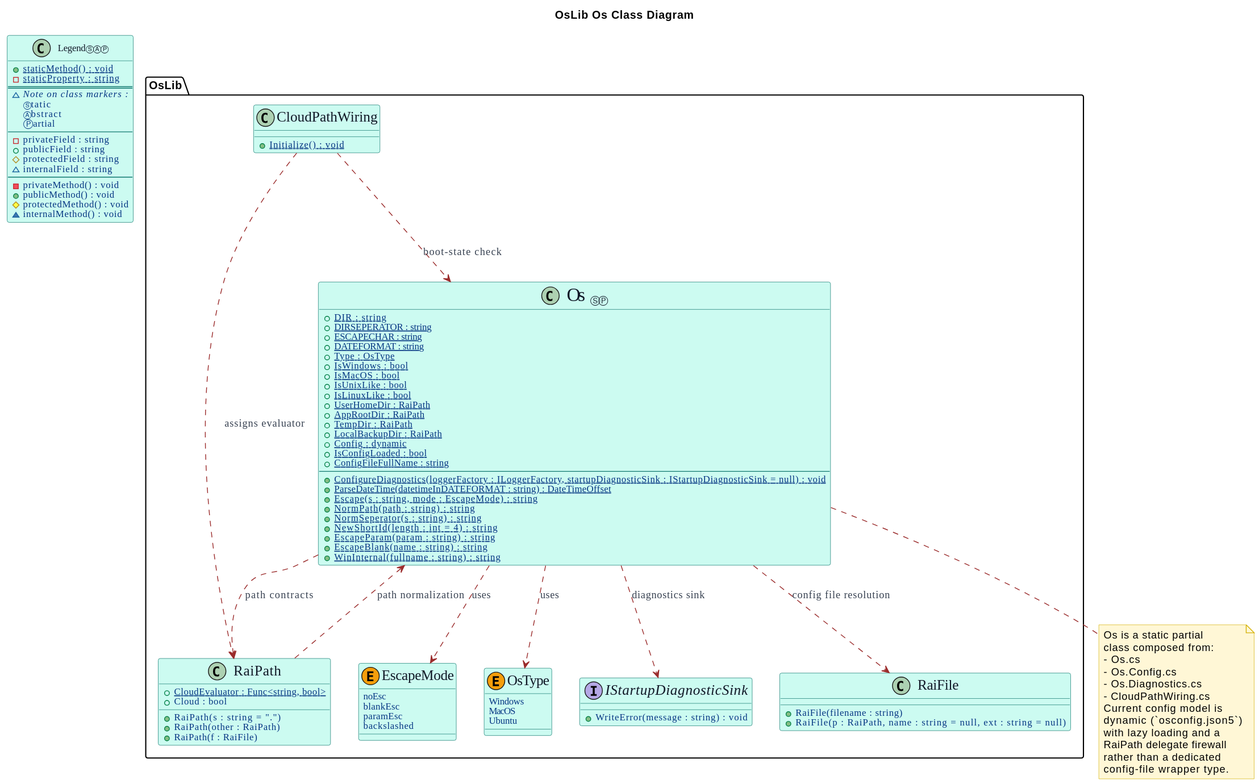
Before: Os-ClassDiagram.svg, a diagram exported from PlantUML (Burkhardt/OsLib).
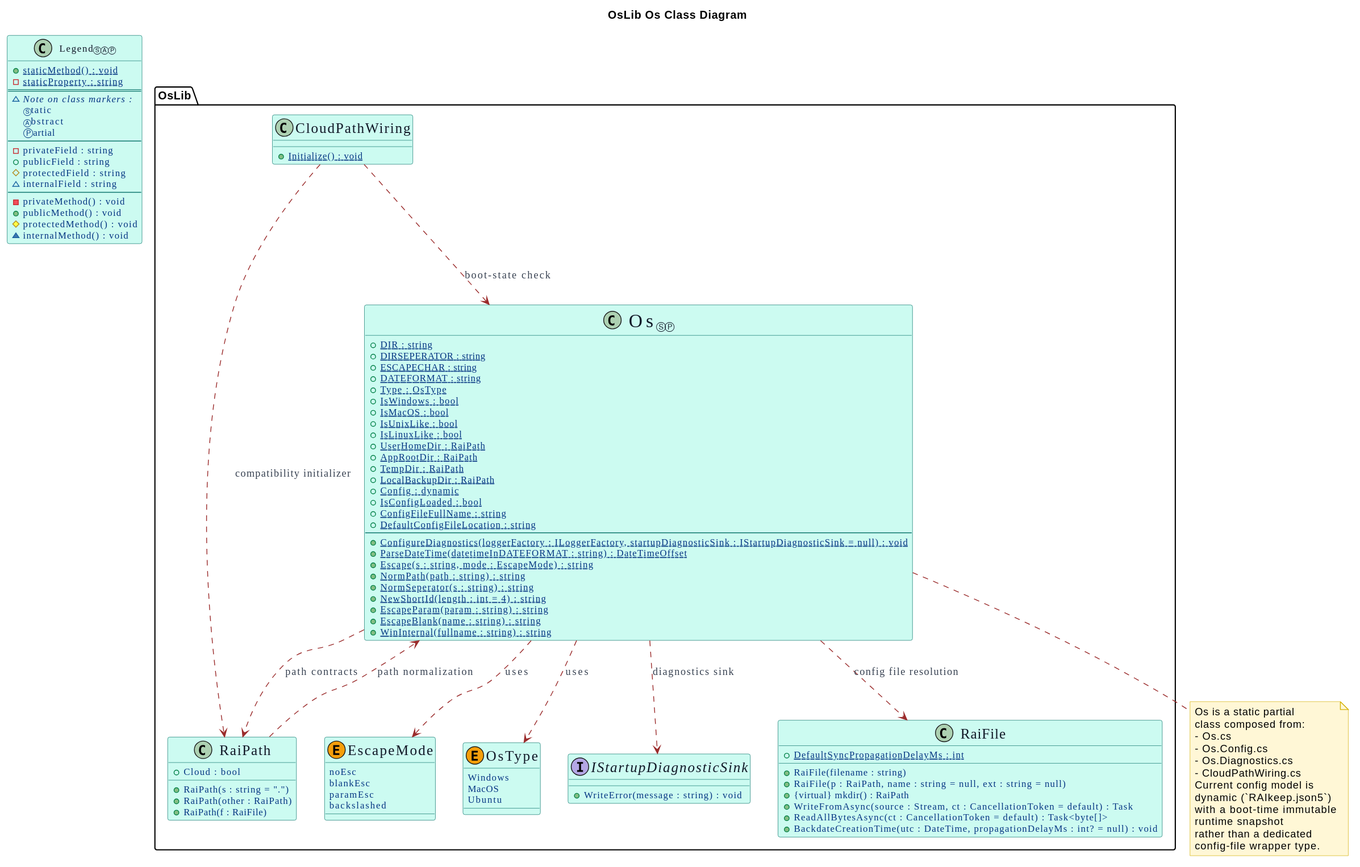
After the change.

Change to the diagram source:
```diff
@@ -54,7 +54,6 @@
 	}
 
 	class "<size:18>RaiPath</size>" as RaiPath {
-		+{static} CloudEvaluator : Func<string, bool>
 		+Cloud : bool
 		+RaiPath(s : string = ".")
 		+RaiPath(other : RaiPath)
@@ -64,6 +63,11 @@
 	class "<size:18>RaiFile</size>" as RaiFile {
 		+RaiFile(filename : string)
 		+RaiFile(p : RaiPath, name : string = null, ext : string = null)
+		+{static} DefaultSyncPropagationDelayMs : int
+			+{virtual} mkdir() : RaiPath
+		+WriteFromAsync(source : Stream, ct : CancellationToken = default) : Task
+		+ReadAllBytesAsync(ct : CancellationToken = default) : Task<byte[]>
+		+BackdateCreationTime(utc : DateTime, propagationDelayMs : int? = null) : void
 	}
 
 	class "<size:24>Os</size> ⓈⓅ" as Os {
@@ -83,6 +87,7 @@
 		+{static} Config : dynamic
 		+{static} IsConfigLoaded : bool
 		+{static} ConfigFileFullName : string
+		+{static} DefaultConfigFileLocation : string
 		--
 		+{static} ConfigureDiagnostics(loggerFactory : ILoggerFactory, startupDiagnosticSink : IStartupDiagnosticSink = null) : void
 		+{static} ParseDateTime(datetimeInDATEFORMAT : string) : DateTimeOffset
@@ -102,7 +107,7 @@
 Os ..> RaiFile : config file resolution
 Os ..> IStartupDiagnosticSink : diagnostics sink
 CloudPathWiring ..> Os : boot-state check
-CloudPathWiring ..> RaiPath : assigns evaluator
+CloudPathWiring ..> RaiPath : compatibility initializer
 RaiPath ..> Os : path normalization
 
 class "Legend<size:10>ⓈⒶⓅ</size>" as LegendSample {
@@ -133,9 +138,9 @@
 	- Os.Diagnostics.cs
 	- CloudPathWiring.cs
 	Current config model is
-	dynamic (`osconfig.json5`)
-	with lazy loading and a
-	RaiPath delegate firewall
+	dynamic (`RAIkeep.json5`)
+	with a boot-time immutable
+	runtime snapshot
 	rather than a dedicated
 	config-file wrapper type.
 end note
```
